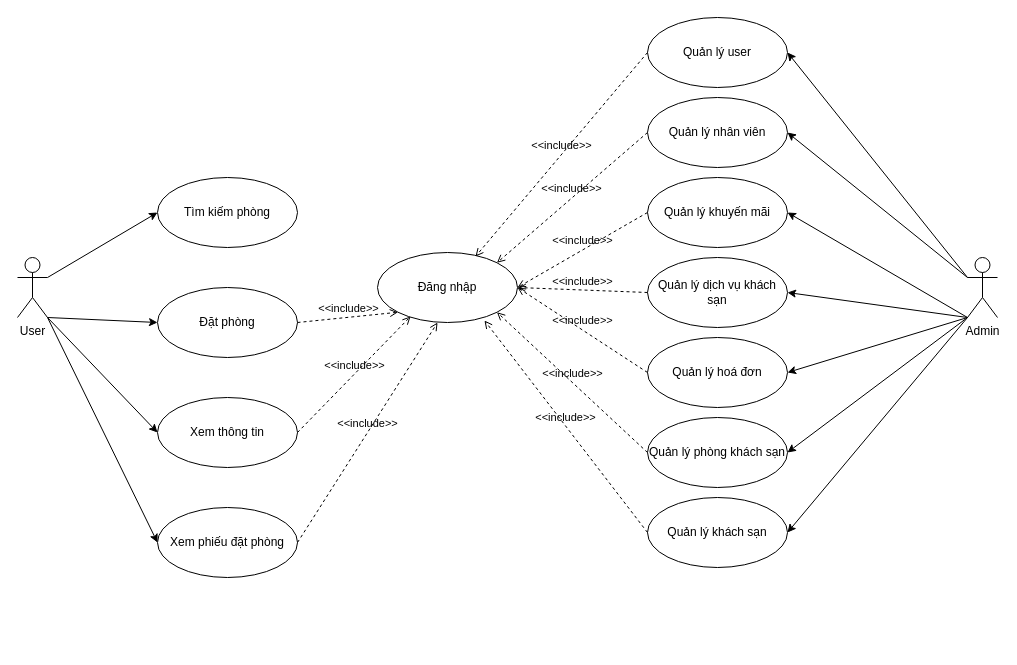
The draw.io diagram doan_usecase.drawio in alikuxac/alikuxac, before the edit. Source tidied: cells renumbered, new cells numbered last; positions are measured from the earlier drawing's top-left corner, leaving out a move shared by most shapes. Both pictures are drawn from the tidied source at 100%, with x=0, y=0 at pixel (17, 17).
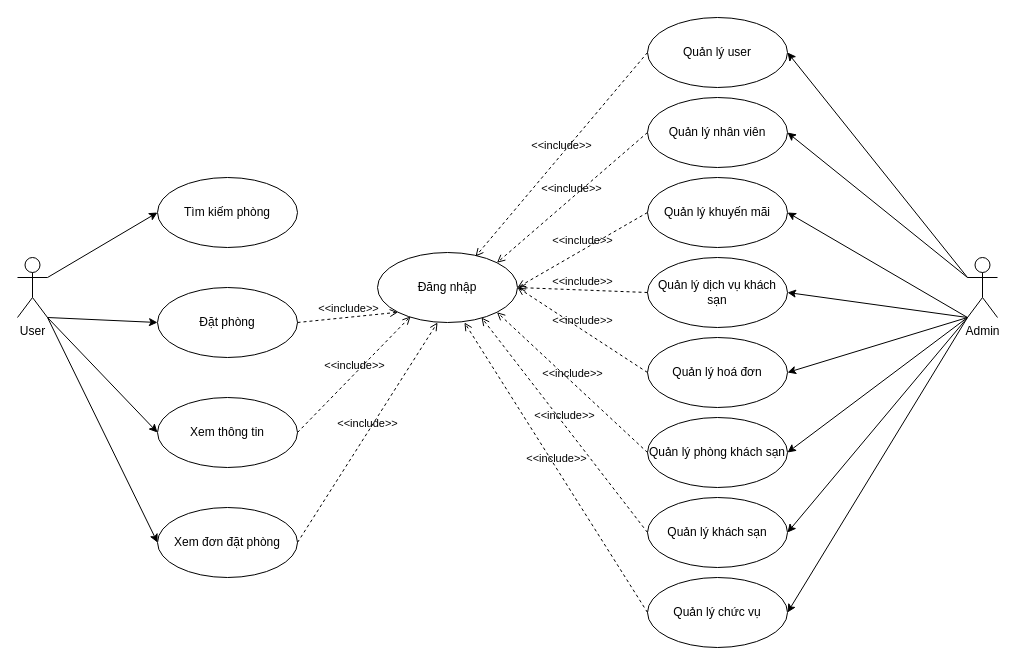
The same diagram, later.

The change refers to these unchanged cells:
```xml
<mxCell id="3" value="Admin" style="shape=umlActor;verticalLabelPosition=bottom;verticalAlign=top;html=1;" parent="1" vertex="1">
  <mxGeometry x="950" y="240" width="30" height="60" as="geometry" />
</mxCell>
<mxCell id="4" value="Đăng nhập" style="ellipse;whiteSpace=wrap;html=1;" parent="1" vertex="1">
  <mxGeometry x="360" y="235" width="140" height="70" as="geometry" />
</mxCell>
<mxCell id="5" value="Quản lý khách sạn" style="ellipse;whiteSpace=wrap;html=1;" parent="1" vertex="1">
  <mxGeometry x="630" y="480" width="140" height="70" as="geometry" />
</mxCell>
```

Change to the diagram source:
```diff
@@
-    <mxCell id="11" value="&amp;lt;&amp;lt;include&amp;gt;&amp;gt;" style="html=1;verticalAlign=bottom;labelBackgroundColor=none;endArrow=open;endFill=0;dashed=1;rounded=0;exitX=0;exitY=0.5;exitDx=0;exitDy=0;entryX=0.764;entryY=0.971;entryDx=0;entryDy=0;entryPerimeter=0;" parent="1" edge="1" source="5" target="4">
+    <mxCell id="11" value="&amp;lt;&amp;lt;include&amp;gt;&amp;gt;" style="html=1;verticalAlign=bottom;labelBackgroundColor=none;endArrow=open;endFill=0;dashed=1;rounded=0;exitX=0;exitY=0.5;exitDx=0;exitDy=0;entryX=0.743;entryY=0.929;entryDx=0;entryDy=0;entryPerimeter=0;" parent="1" edge="1" source="5" target="4">
       <mxGeometry relative="1" as="geometry" />
     </mxCell>
@@
-    <mxCell id="34" value="Xem phiếu đặt phòng" style="ellipse;whiteSpace=wrap;html=1;" parent="1" vertex="1">
+    <mxCell id="34" value="Xem đơn đặt phòng" style="ellipse;whiteSpace=wrap;html=1;" parent="1" vertex="1">
       <mxGeometry x="140" y="490" width="140" height="70" as="geometry" />
     </mxCell>
@@
+    <mxCell id="37" value="Quản lý chức vụ" style="ellipse;whiteSpace=wrap;html=1;" parent="1" vertex="1">
+      <mxGeometry x="630" y="560" width="140" height="70" as="geometry" />
+    </mxCell>
+    <mxCell id="38" style="endArrow=classic;html=1;rounded=0;entryX=1;entryY=0.5;entryDx=0;entryDy=0;exitX=0;exitY=1;exitDx=0;exitDy=0;exitPerimeter=0;" parent="1" edge="1" source="3" target="37">
+      <mxGeometry relative="1" as="geometry" />
+    </mxCell>
+    <mxCell id="39" value="&amp;lt;&amp;lt;include&amp;gt;&amp;gt;" style="html=1;verticalAlign=bottom;labelBackgroundColor=none;endArrow=open;endFill=0;dashed=1;rounded=0;exitX=0;exitY=0.5;exitDx=0;exitDy=0;entryX=0.621;entryY=1;entryDx=0;entryDy=0;entryPerimeter=0;" parent="1" edge="1" source="37" target="4">
+      <mxGeometry relative="1" as="geometry" />
+    </mxCell>
```
